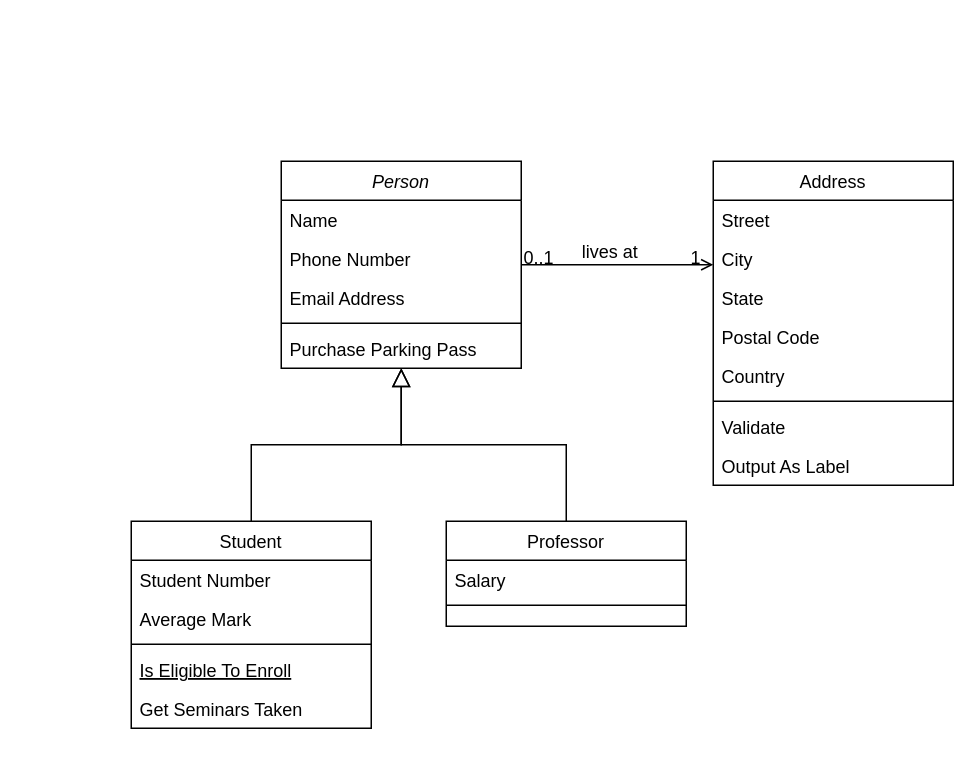
Before: .github/Diagrams/Demo.drawio in Bert0Neill/ArchitectDiagrams, a draw.io diagram. Source tidied: cells renumbered, new cells numbered last; positions are measured from the earlier drawing's top-left corner, leaving out a move shared by most shapes. Both pictures are drawn from the tidied source at 150%, with x=0, y=0 at pixel (130, 160).
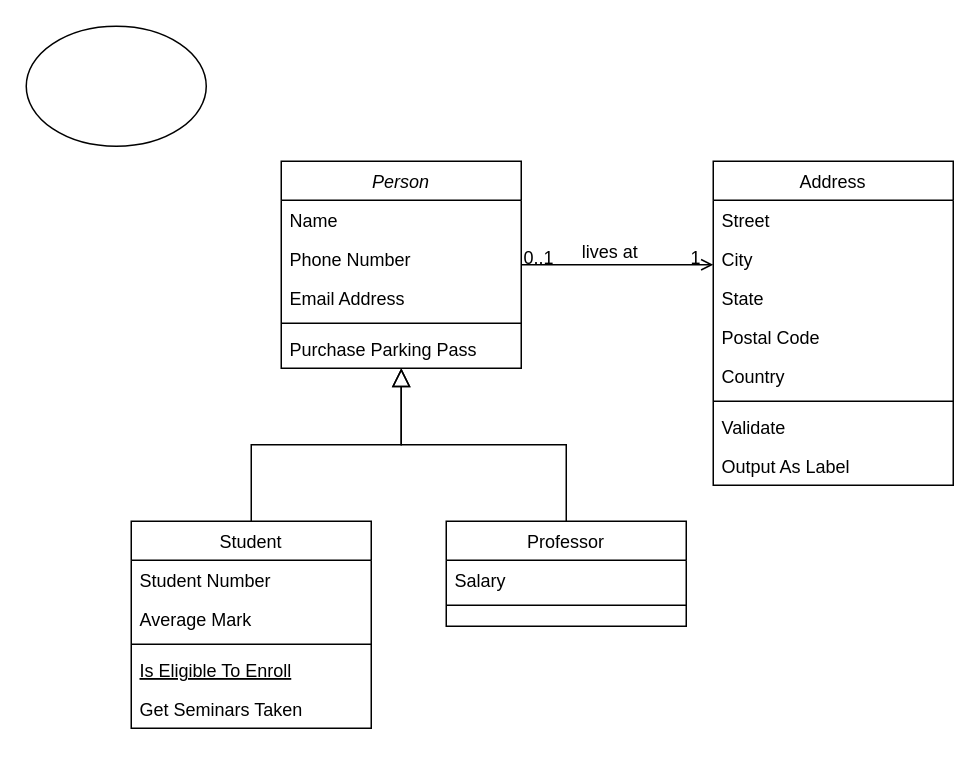
After the change.

Change to the diagram source:
```diff
@@
+    <mxCell id="32" style="ellipse;whiteSpace=wrap;html=1;" parent="1" vertex="1">
+      <mxGeometry x="-70" y="-90" width="120" height="80" as="geometry" />
+    </mxCell>
```
